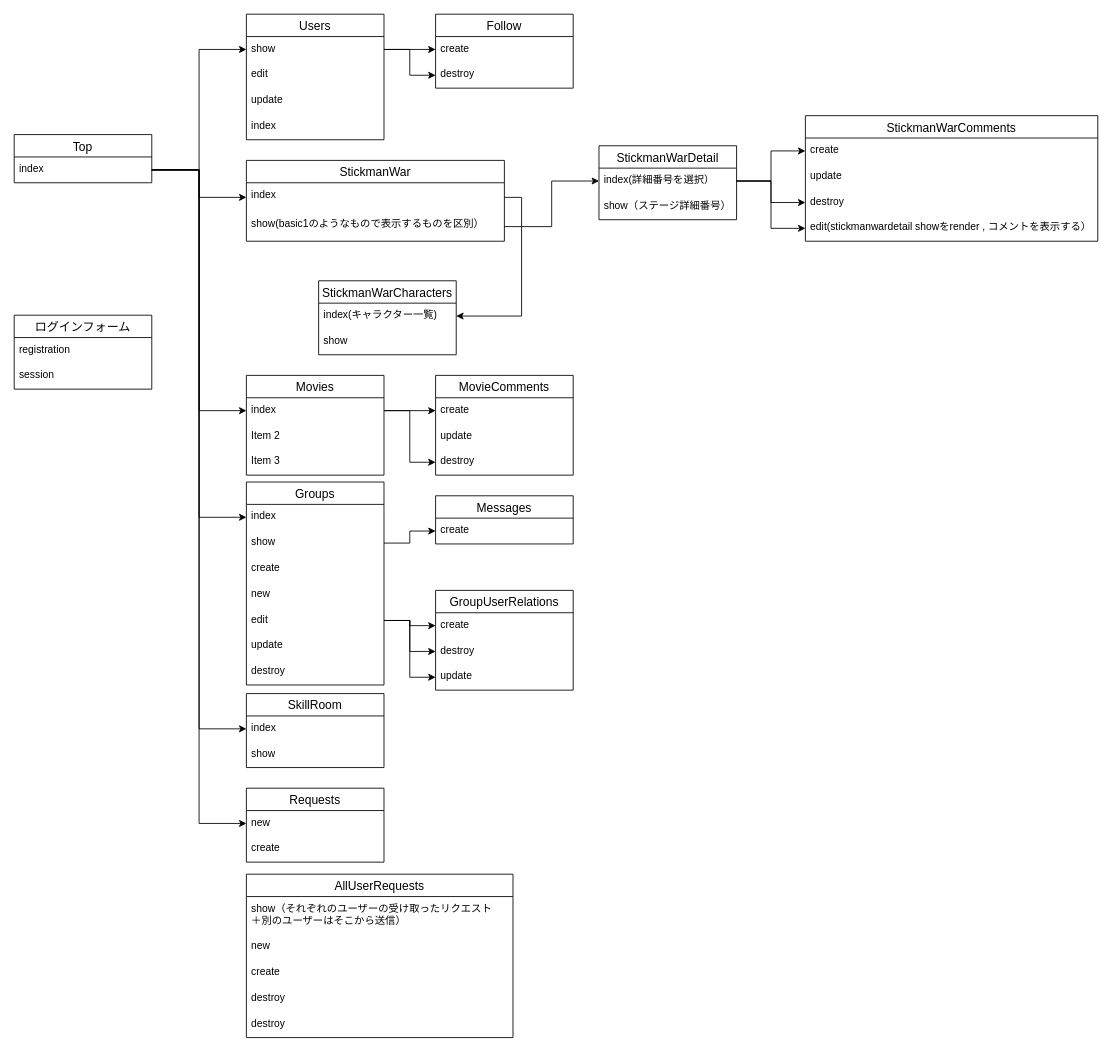
Earlier version of the draw.io diagram flow.dio (runba3011/runba_home). Source tidied: cells renumbered, new cells numbered last; positions are measured from the earlier drawing's top-left corner, leaving out a move shared by most shapes. Both pictures are drawn from the tidied source at 86%, with x=0, y=0 at pixel (14, 14).
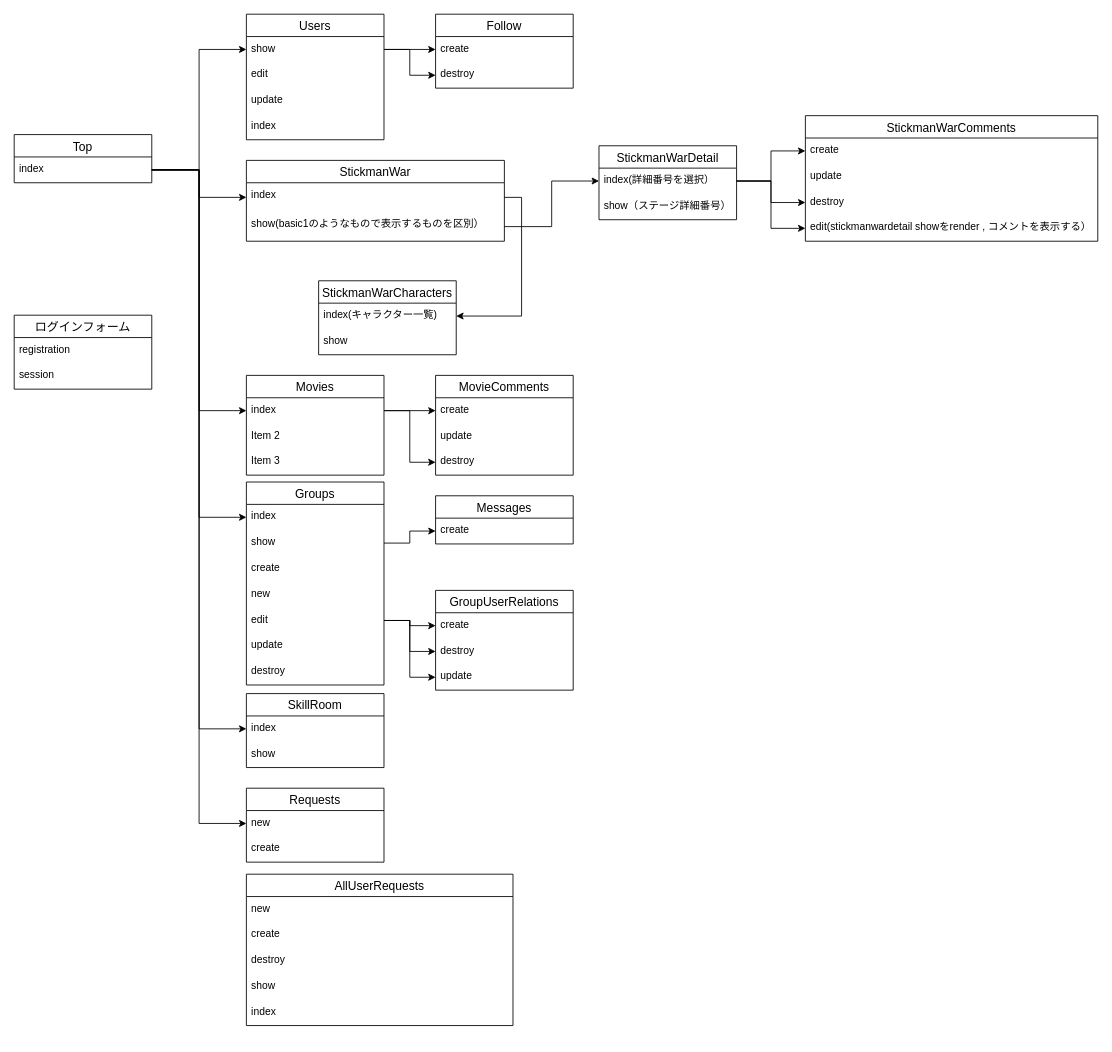
After the change.

Change to the diagram source:
```diff
@@
     <mxCell id="76" value="AllUserRequests" style="swimlane;fontStyle=0;horizontal=1;startSize=26;align=center;fontSize=14;" parent="1" vertex="1">
-      <mxGeometry x="270" y="1000" width="310" height="190" as="geometry" />
+      <mxGeometry x="270" y="1000" width="310" height="176" as="geometry" />
     </mxCell>
-    <mxCell id="77" value="show（それぞれのユーザーの受け取ったリクエスト&#10;＋別のユーザーはそこから送信）&#10;" style="text;strokeColor=none;fillColor=none;spacingLeft=4;spacingRight=4;overflow=hidden;fontSize=12;" parent="76" vertex="1">
-      <mxGeometry y="26" width="310" height="44" as="geometry" />
-    </mxCell>
     <mxCell id="78" value="new" style="text;strokeColor=none;fillColor=none;spacingLeft=4;spacingRight=4;overflow=hidden;fontSize=12;" parent="76" vertex="1">
-      <mxGeometry y="70" width="310" height="30" as="geometry" />
+      <mxGeometry y="26" width="310" height="30" as="geometry" />
     </mxCell>
     <mxCell id="79" value="create" style="text;strokeColor=none;fillColor=none;spacingLeft=4;spacingRight=4;overflow=hidden;fontSize=12;" parent="76" vertex="1">
-      <mxGeometry y="100" width="310" height="30" as="geometry" />
+      <mxGeometry y="56" width="310" height="30" as="geometry" />
     </mxCell>
     <mxCell id="80" value="destroy" style="text;strokeColor=none;fillColor=none;spacingLeft=4;spacingRight=4;overflow=hidden;fontSize=12;" parent="76" vertex="1">
-      <mxGeometry y="130" width="310" height="30" as="geometry" />
+      <mxGeometry y="86" width="310" height="30" as="geometry" />
     </mxCell>
-    <mxCell id="81" value="destroy" style="text;strokeColor=none;fillColor=none;spacingLeft=4;spacingRight=4;overflow=hidden;fontSize=12;" parent="76" vertex="1">
-      <mxGeometry y="160" width="310" height="30" as="geometry" />
+    <mxCell id="81" value="show" style="text;strokeColor=none;fillColor=none;spacingLeft=4;spacingRight=4;overflow=hidden;fontSize=12;" parent="76" vertex="1">
+      <mxGeometry y="116" width="310" height="30" as="geometry" />
     </mxCell>
+    <mxCell id="82" value="index" style="text;strokeColor=none;fillColor=none;spacingLeft=4;spacingRight=4;overflow=hidden;fontSize=12;" parent="76" vertex="1">
+      <mxGeometry y="146" width="310" height="30" as="geometry" />
+    </mxCell>
```
